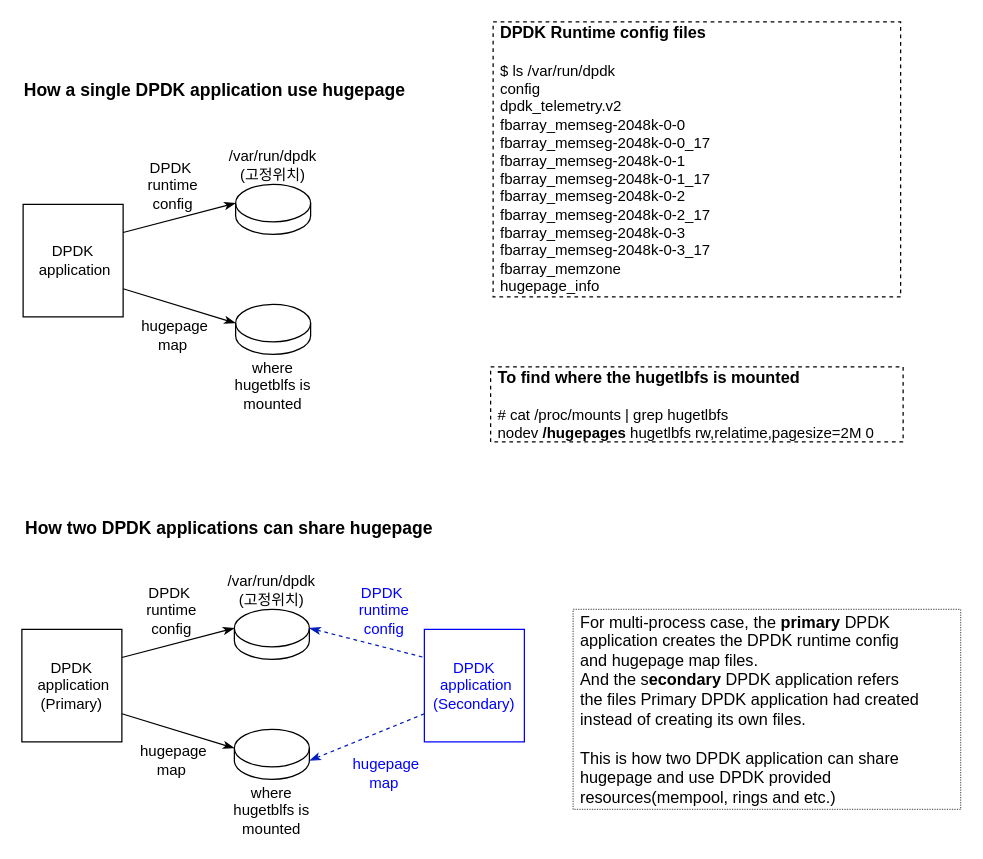
Earlier version of the draw.io diagram page "Basics of DPDK and hugepage" (2 of 4) of dpdk multi-process.drawio (cychong47/how-to-share-hugepage-in-k8s). Source tidied: cells renumbered, new cells numbered last; positions are measured from the earlier drawing's top-left corner, leaving out a move shared by most shapes. Both pictures are drawn from the tidied source at 125%, with x=0, y=0 at pixel (21, 21).
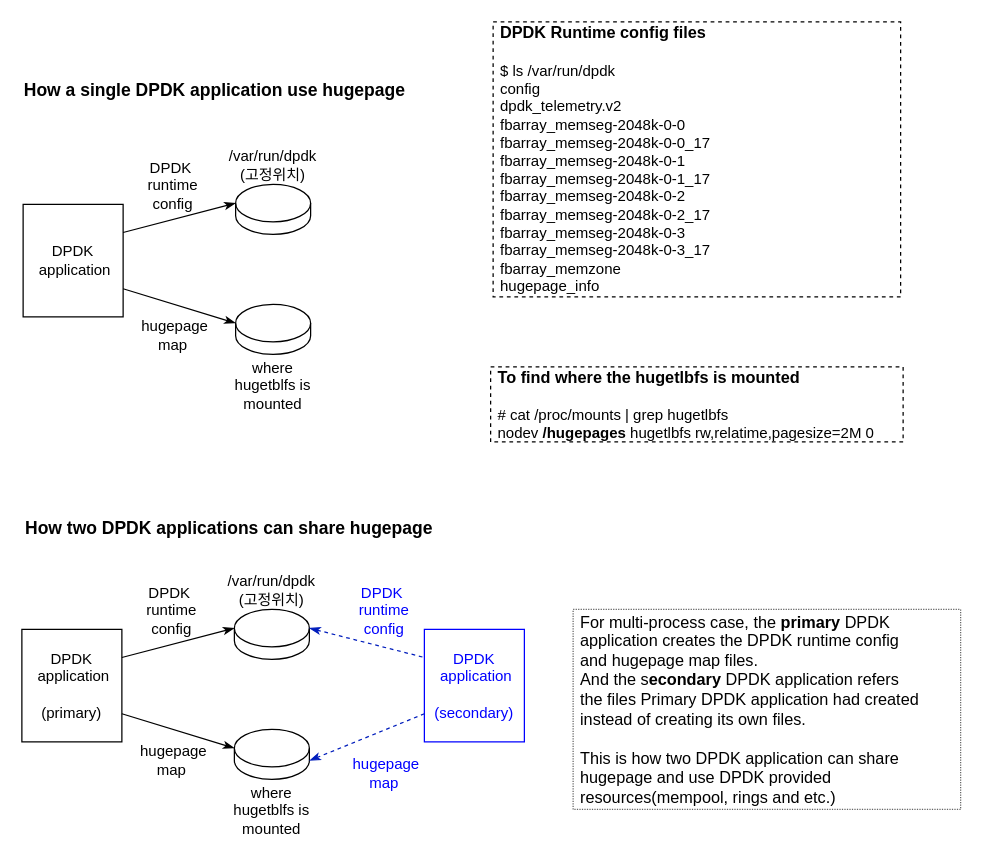
After the change.

Diff of the diagram source:
```diff
@@
-    <mxCell id="4" value="DPDK &amp;nbsp;application&lt;br&gt;(Primary)" style="rounded=0;whiteSpace=wrap;html=1;" parent="1" vertex="1">
+    <mxCell id="4" value="DPDK &amp;nbsp;application&lt;br&gt;&lt;br&gt;(primary)" style="rounded=0;whiteSpace=wrap;html=1;" parent="1" vertex="1">
       <mxGeometry y="486" width="80" height="90" as="geometry" />
     </mxCell>
@@
-    <mxCell id="13" value="DPDK &amp;nbsp;application&lt;br&gt;(Secondary)" style="rounded=0;whiteSpace=wrap;html=1;strokeColor=#0000FF;fontColor=#0000FF;" parent="1" vertex="1">
+    <mxCell id="13" value="DPDK &amp;nbsp;application&lt;br&gt;&lt;br&gt;(secondary)" style="rounded=0;whiteSpace=wrap;html=1;strokeColor=#0000FF;fontColor=#0000FF;" parent="1" vertex="1">
       <mxGeometry x="322" y="486" width="80" height="90" as="geometry" />
     </mxCell>
```
